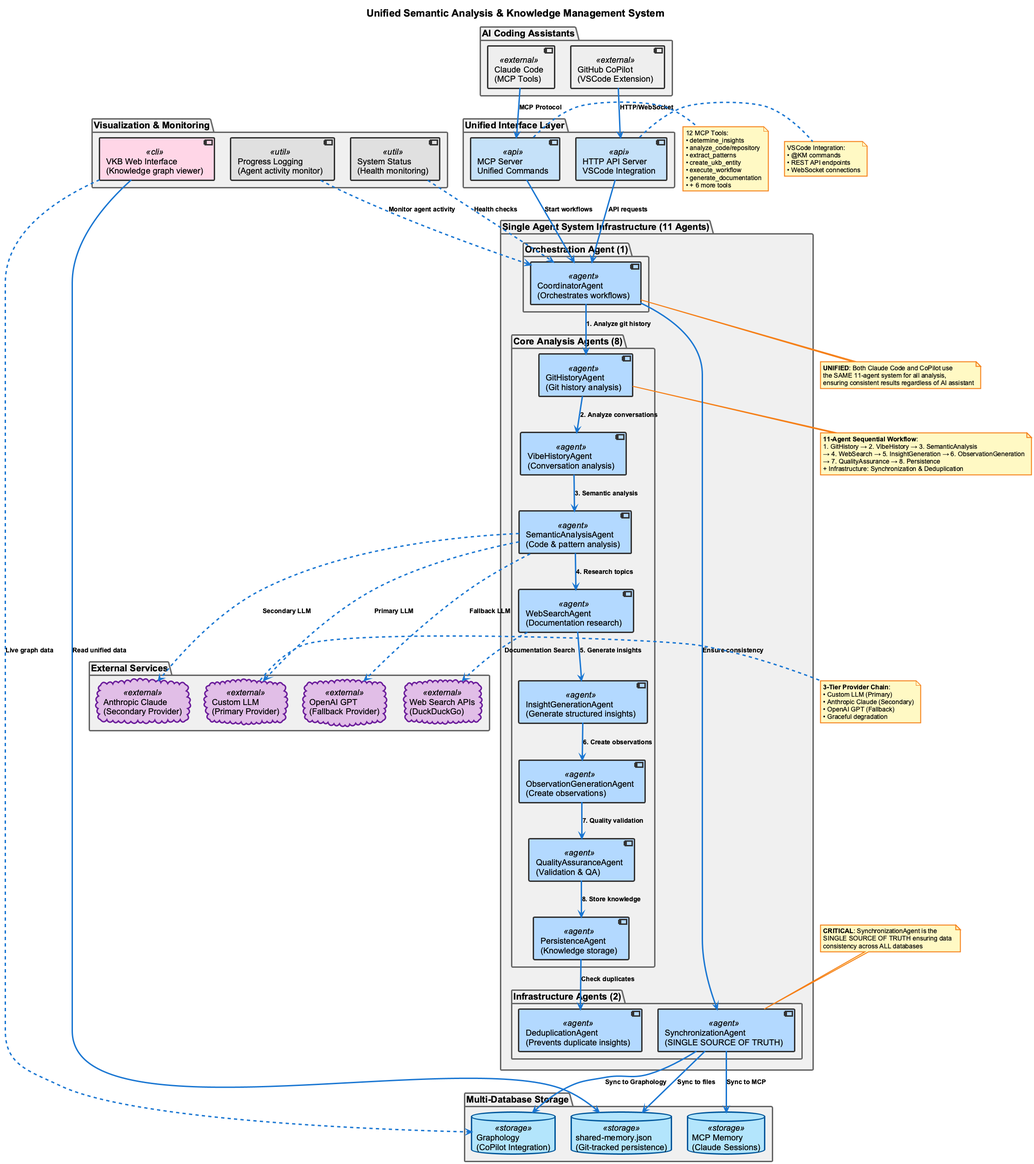
Earlier version of the PlantUML export docs/presentation/images/unified-semantic-architecture.png (fwornle/coding). Source of this version:
```plantuml
@startuml unified-semantic-architecture
!include _standard-style.puml

title "Unified Semantic Analysis & Knowledge Management System"

package "AI Coding Assistants" {
  [Claude Code\n(MCP Tools)] <<external>> as claude
  [GitHub CoPilot\n(VSCode Extension)] <<external>> as copilot
}

package "Unified Interface Layer" {
  [MCP Server\nUnified Commands] <<api>> as mcp
  [HTTP API Server\nVSCode Integration] <<api>> as http
}

package "Single Agent System Infrastructure (11 Agents)" {
  package "Orchestration Agent (1)" {
    [CoordinatorAgent\n(Orchestrates workflows)] <<agent>> as coordinator
  }

  package "Core Analysis Agents (8)" {
    [GitHistoryAgent\n(Git history analysis)] <<agent>> as githistory
    [VibeHistoryAgent\n(Conversation analysis)] <<agent>> as vibehistory
    [SemanticAnalysisAgent\n(Code & pattern analysis)] <<agent>> as semantic
    [WebSearchAgent\n(Documentation research)] <<agent>> as web
    [InsightGenerationAgent\n(Generate structured insights)] <<agent>> as insights
    [ObservationGenerationAgent\n(Create observations)] <<agent>> as observations
    [QualityAssuranceAgent\n(Validation & QA)] <<agent>> as quality
    [PersistenceAgent\n(Knowledge storage)] <<agent>> as persistence
  }

  package "Infrastructure Agents (2)" {
    [SynchronizationAgent\n(SINGLE SOURCE OF TRUTH)] <<agent>> as sync
    [DeduplicationAgent\n(Prevents duplicate insights)] <<agent>> as dedup
  }
}

package "Multi-Database Storage" {
  database "MCP Memory\n(Claude Sessions)" <<storage>> as mcpmem
  database "Graphology\n(CoPilot Integration)" <<storage>> as graphology
  database "shared-memory.json\n(Git-tracked persistence)" <<storage>> as sharedmem
}

package "External Services" {
  cloud "Custom LLM\n(Primary Provider)" <<external>> as custom
  cloud "Anthropic Claude\n(Secondary Provider)" <<external>> as anthropic
  cloud "OpenAI GPT\n(Fallback Provider)" <<external>> as openai
  cloud "Web Search APIs\n(DuckDuckGo)" <<external>> as websearch
}

package "Visualization & Monitoring" {
  [VKB Web Interface\n(Knowledge graph viewer)] <<cli>> as vkb
  [Progress Logging\n(Agent activity monitor)] <<util>> as logging
  [System Status\n(Health monitoring)] <<util>> as status
}

claude --> mcp : "MCP Protocol"
copilot --> http : "HTTP/WebSocket"

mcp --> coordinator : "Start workflows"
http --> coordinator : "API requests"

coordinator --> githistory : "1. Analyze git history"
githistory --> vibehistory : "2. Analyze conversations"
vibehistory --> semantic : "3. Semantic analysis"
semantic --> web : "4. Research topics"
web --> insights : "5. Generate insights"
insights --> observations : "6. Create observations"
observations --> quality : "7. Quality validation"
quality --> persistence : "8. Store knowledge"

coordinator --> sync : "Ensure consistency"
persistence --> dedup : "Check duplicates"

sync --> mcpmem : "Sync to MCP"
sync --> graphology : "Sync to Graphology"
sync --> sharedmem : "Sync to files"

semantic ..> custom : "Primary LLM"
semantic ..> anthropic : "Secondary LLM"
semantic .> openai : "Fallback LLM"
web ..> websearch : "Documentation Search"

vkb --> sharedmem : "Read unified data"
vkb ..> graphology : "Live graph data"
logging ..> coordinator : "Monitor agent activity"
status ..> coordinator : "Health checks"

note top of sync
  **CRITICAL**: SynchronizationAgent is the
  SINGLE SOURCE OF TRUTH ensuring data
  consistency across ALL databases
end note

note bottom of coordinator
  **UNIFIED**: Both Claude Code and CoPilot use
  the SAME 11-agent system for all analysis,
  ensuring consistent results regardless of AI assistant
end note

note right of mcp
  12 MCP Tools:
  • determine_insights
  • analyze_code/repository
  • extract_patterns
  • create_ukb_entity
  • execute_workflow
  • generate_documentation
  • + 6 more tools
end note

note right of http
  VSCode Integration:
  • @KM commands
  • REST API endpoints
  • WebSocket connections
end note

note right of custom
  **3-Tier Provider Chain**:
  • Custom LLM (Primary)
  • Anthropic Claude (Secondary)
  • OpenAI GPT (Fallback)
  • Graceful degradation
end note

note bottom of githistory
  **11-Agent Sequential Workflow**:
  1. GitHistory → 2. VibeHistory → 3. SemanticAnalysis
  → 4. WebSearch → 5. InsightGeneration → 6. ObservationGeneration
  → 7. QualityAssurance → 8. Persistence
  + Infrastructure: Synchronization & Deduplication
end note

@enduml
```
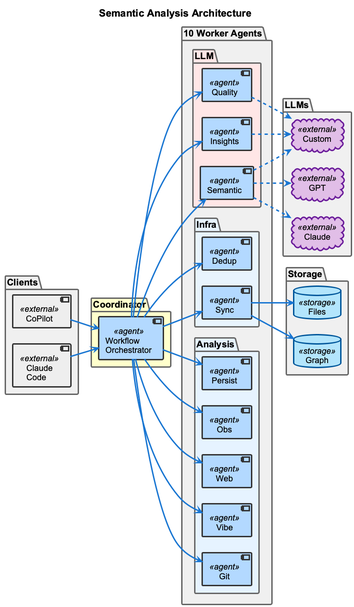
After the change.

What changed in the source:
```diff
@@ -1,135 +1,72 @@
 @startuml unified-semantic-architecture
 !include _standard-style.puml
 
-title "Unified Semantic Analysis & Knowledge Management System"
+title Semantic Analysis Architecture
 
-package "AI Coding Assistants" {
-  [Claude Code\n(MCP Tools)] <<external>> as claude
-  [GitHub CoPilot\n(VSCode Extension)] <<external>> as copilot
+left to right direction
+
+package "Clients" {
+  [Claude\nCode] <<external>> as claude
+  [CoPilot] <<external>> as copilot
 }
 
-package "Unified Interface Layer" {
-  [MCP Server\nUnified Commands] <<api>> as mcp
-  [HTTP API Server\nVSCode Integration] <<api>> as http
+package "Coordinator" #FFFFCC {
+  [Workflow\nOrchestrator] <<agent>> as coord
 }
 
-package "Single Agent System Infrastructure (11 Agents)" {
-  package "Orchestration Agent (1)" {
-    [CoordinatorAgent\n(Orchestrates workflows)] <<agent>> as coordinator
+package "10 Worker Agents" {
+  package "Analysis" #E6F3FF {
+    [Git] <<agent>> as git
+    [Vibe] <<agent>> as vibe
+    [Web] <<agent>> as web
+    [Obs] <<agent>> as obs
+    [Persist] <<agent>> as per
   }
 
-  package "Core Analysis Agents (8)" {
-    [GitHistoryAgent\n(Git history analysis)] <<agent>> as githistory
-    [VibeHistoryAgent\n(Conversation analysis)] <<agent>> as vibehistory
-    [SemanticAnalysisAgent\n(Code & pattern analysis)] <<agent>> as semantic
-    [WebSearchAgent\n(Documentation research)] <<agent>> as web
-    [InsightGenerationAgent\n(Generate structured insights)] <<agent>> as insights
-    [ObservationGenerationAgent\n(Create observations)] <<agent>> as observations
-    [QualityAssuranceAgent\n(Validation & QA)] <<agent>> as quality
-    [PersistenceAgent\n(Knowledge storage)] <<agent>> as persistence
+  package "LLM" #FFE6E6 {
+    [Semantic] <<agent>> as sem
+    [Insights] <<agent>> as ins
+    [Quality] <<agent>> as qa
   }
 
-  package "Infrastructure Agents (2)" {
-    [SynchronizationAgent\n(SINGLE SOURCE OF TRUTH)] <<agent>> as sync
-    [DeduplicationAgent\n(Prevents duplicate insights)] <<agent>> as dedup
+  package "Infra" #E8F4FD {
+    [Sync] <<agent>> as sync
+    [Dedup] <<agent>> as dedup
   }
 }
 
-package "Multi-Database Storage" {
-  database "MCP Memory\n(Claude Sessions)" <<storage>> as mcpmem
-  database "Graphology\n(CoPilot Integration)" <<storage>> as graphology
-  database "shared-memory.json\n(Git-tracked persistence)" <<storage>> as sharedmem
+package "Storage" {
+  database "Graph" <<storage>> as graphdb
+  database "Files" <<storage>> as files
 }
 
-package "External Services" {
-  cloud "Custom LLM\n(Primary Provider)" <<external>> as custom
-  cloud "Anthropic Claude\n(Secondary Provider)" <<external>> as anthropic
-  cloud "OpenAI GPT\n(Fallback Provider)" <<external>> as openai
-  cloud "Web Search APIs\n(DuckDuckGo)" <<external>> as websearch
+package "LLMs" {
+  cloud "Custom" <<external>> as custom
+  cloud "Claude" <<external>> as anthropic
+  cloud "GPT" <<external>> as openai
 }
 
-package "Visualization & Monitoring" {
-  [VKB Web Interface\n(Knowledge graph viewer)] <<cli>> as vkb
-  [Progress Logging\n(Agent activity monitor)] <<util>> as logging
-  [System Status\n(Health monitoring)] <<util>> as status
-}
+claude --> coord
+copilot --> coord
 
-claude --> mcp : "MCP Protocol"
-copilot --> http : "HTTP/WebSocket"
+coord --> git
+coord --> vibe
+coord --> sem
+coord --> web
+coord --> ins
+coord --> obs
+coord --> qa
+coord --> per
+coord --> sync
+coord --> dedup
 
-mcp --> coordinator : "Start workflows"
-http --> coordinator : "API requests"
+sem ..> custom
+sem ..> anthropic
+sem ..> openai
+ins ..> custom
+qa ..> custom
 
-coordinator --> githistory : "1. Analyze git history"
-githistory --> vibehistory : "2. Analyze conversations"
-vibehistory --> semantic : "3. Semantic analysis"
-semantic --> web : "4. Research topics"
-web --> insights : "5. Generate insights"
-insights --> observations : "6. Create observations"
-observations --> quality : "7. Quality validation"
-quality --> persistence : "8. Store knowledge"
-
-coordinator --> sync : "Ensure consistency"
-persistence --> dedup : "Check duplicates"
-
-sync --> mcpmem : "Sync to MCP"
-sync --> graphology : "Sync to Graphology"
-sync --> sharedmem : "Sync to files"
-
-semantic ..> custom : "Primary LLM"
-semantic ..> anthropic : "Secondary LLM"
-semantic .> openai : "Fallback LLM"
-web ..> websearch : "Documentation Search"
-
-vkb --> sharedmem : "Read unified data"
-vkb ..> graphology : "Live graph data"
-logging ..> coordinator : "Monitor agent activity"
-status ..> coordinator : "Health checks"
-
-note top of sync
-  **CRITICAL**: SynchronizationAgent is the
-  SINGLE SOURCE OF TRUTH ensuring data
-  consistency across ALL databases
-end note
-
-note bottom of coordinator
-  **UNIFIED**: Both Claude Code and CoPilot use
-  the SAME 11-agent system for all analysis,
-  ensuring consistent results regardless of AI assistant
-end note
-
-note right of mcp
-  12 MCP Tools:
-  • determine_insights
-  • analyze_code/repository
-  • extract_patterns
-  • create_ukb_entity
-  • execute_workflow
-  • generate_documentation
-  • + 6 more tools
-end note
-
-note right of http
-  VSCode Integration:
-  • @KM commands
-  • REST API endpoints
-  • WebSocket connections
-end note
-
-note right of custom
-  **3-Tier Provider Chain**:
-  • Custom LLM (Primary)
-  • Anthropic Claude (Secondary)
-  • OpenAI GPT (Fallback)
-  • Graceful degradation
-end note
-
-note bottom of githistory
-  **11-Agent Sequential Workflow**:
-  1. GitHistory → 2. VibeHistory → 3. SemanticAnalysis
-  → 4. WebSearch → 5. InsightGeneration → 6. ObservationGeneration
-  → 7. QualityAssurance → 8. Persistence
-  + Infrastructure: Synchronization & Deduplication
-end note
+sync --> graphdb
+sync --> files
 
 @enduml
```
